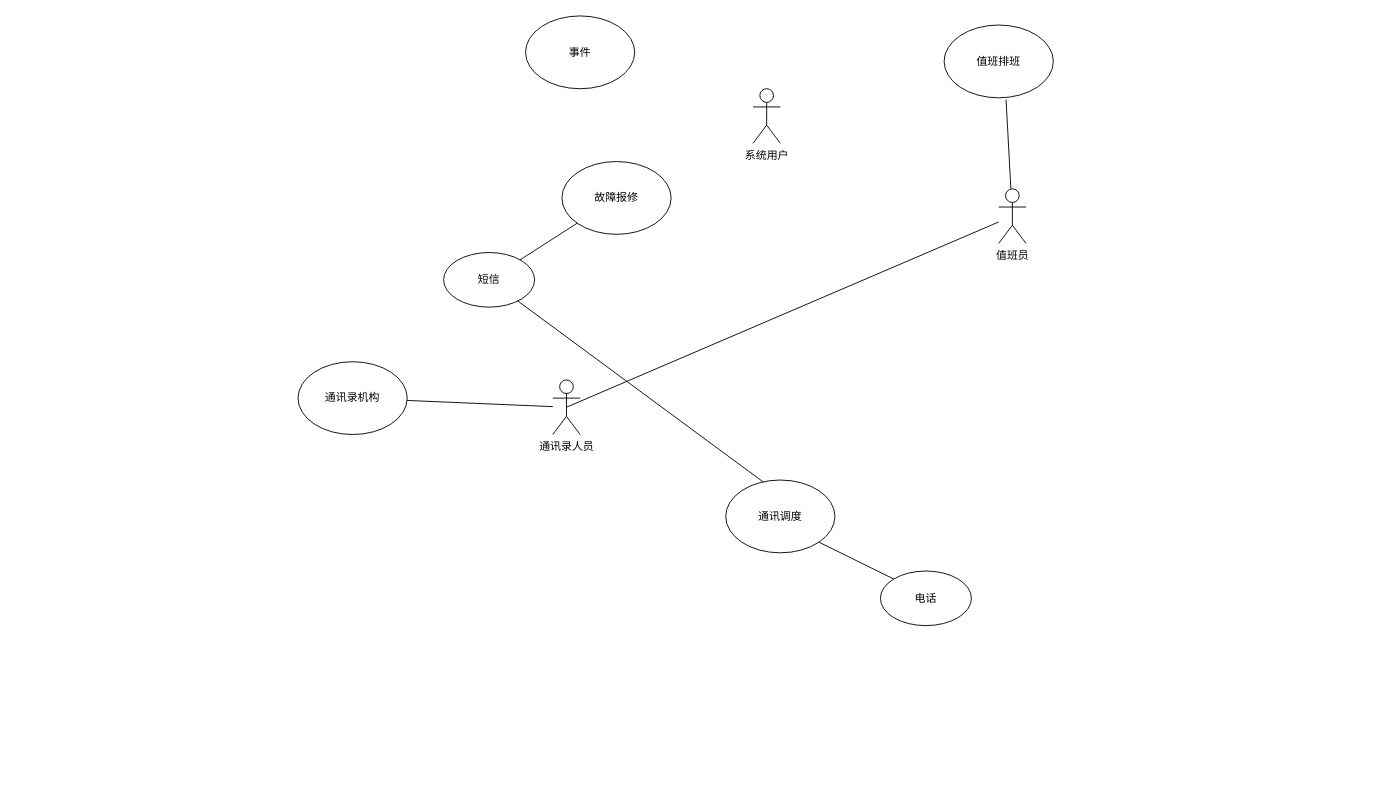
The draw.io diagram page "信息接报数据关联分析" (1 of 3) of 数据关联分析.drawio in hejinxu/docverter, before the edit. Source tidied: cells renumbered, new cells numbered last; positions are measured from the earlier drawing's top-left corner, leaving out a move shared by most shapes. Both pictures are drawn from the tidied source at 91%, with x=0, y=0 at pixel (298, 15).
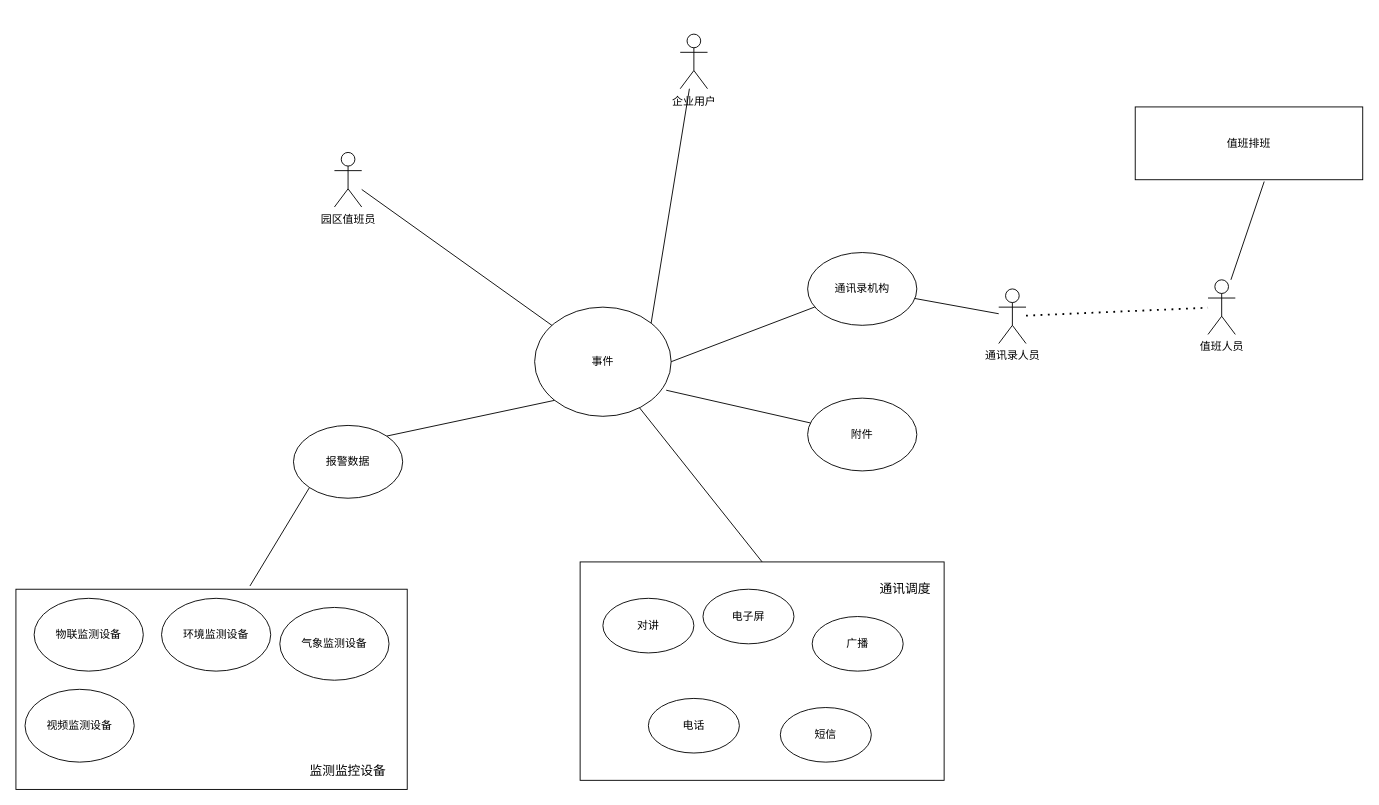
The same diagram, later.

Commit message (it also covers changes not shown here):
Update 数据关联分析.drawio

What changed in the source:
```diff
@@
     <mxCell id="2" value="事件" style="ellipse;whiteSpace=wrap;html=1;" parent="1" vertex="1">
-      <mxGeometry x="250" width="120" height="80" as="geometry" />
+      <mxGeometry x="260" y="320" width="150" height="120" as="geometry" />
     </mxCell>
     <mxCell id="3" value="通讯录机构" style="ellipse;whiteSpace=wrap;html=1;" parent="1" vertex="1">
-      <mxGeometry y="380" width="120" height="80" as="geometry" />
+      <mxGeometry x="560" y="260" width="120" height="80" as="geometry" />
     </mxCell>
@@
-    <mxCell id="5" value="短信" style="ellipse;whiteSpace=wrap;html=1;" parent="1" vertex="1">
-      <mxGeometry x="160" y="260" width="100" height="60" as="geometry" />
-    </mxCell>
-    <mxCell id="6" value="故障报修" style="ellipse;whiteSpace=wrap;html=1;" parent="1" vertex="1">
-      <mxGeometry x="290" y="160" width="120" height="80" as="geometry" />
-    </mxCell>
-    <mxCell id="7" value="通讯调度" style="ellipse;whiteSpace=wrap;html=1;" parent="1" vertex="1">
-      <mxGeometry x="470" y="510" width="120" height="80" as="geometry" />
-    </mxCell>
-    <mxCell id="8" value="电话" style="ellipse;whiteSpace=wrap;html=1;" parent="1" vertex="1">
-      <mxGeometry x="640" y="610" width="100" height="60" as="geometry" />
-    </mxCell>
-    <mxCell id="9" style="endArrow=none;html=1;" parent="1" edge="1" source="5" target="6">
-      <mxGeometry relative="1" as="geometry" />
-    </mxCell>
-    <mxCell id="10" style="endArrow=none;html=1;entryX=0;entryY=0;entryDx=0;entryDy=0;exitX=1;exitY=1;exitDx=0;exitDy=0;" parent="1" edge="1" source="7" target="8">
-      <mxGeometry relative="1" as="geometry" />
-    </mxCell>
-    <mxCell id="11" value="值班排班" style="ellipse;whiteSpace=wrap;html=1;" parent="1" vertex="1">
-      <mxGeometry x="710" y="10" width="120" height="80" as="geometry" />
+    <mxCell id="11" value="值班排班" style="rounded=0;whiteSpace=wrap;html=1;" parent="1" vertex="1">
+      <mxGeometry x="920" y="100" width="250" height="80" as="geometry" />
     </mxCell>
@@
-    <mxCell id="13" value="系统用户" style="shape=umlActor;verticalLabelPosition=bottom;verticalAlign=top;html=1;outlineConnect=0;" parent="1" vertex="1">
-      <mxGeometry x="500" y="80" width="30" height="60" as="geometry" />
+    <mxCell id="13" value="园区值班员" style="shape=umlActor;verticalLabelPosition=bottom;verticalAlign=top;html=1;outlineConnect=0;" parent="1" vertex="1">
+      <mxGeometry x="40" y="150" width="30" height="60" as="geometry" />
     </mxCell>
-    <mxCell id="14" value="值班员" style="shape=umlActor;verticalLabelPosition=bottom;verticalAlign=top;html=1;outlineConnect=0;" parent="1" vertex="1">
-      <mxGeometry x="770" y="190" width="30" height="60" as="geometry" />
+    <mxCell id="14" value="值班人员" style="shape=umlActor;verticalLabelPosition=bottom;verticalAlign=top;html=1;outlineConnect=0;" parent="1" vertex="1">
+      <mxGeometry x="1000" y="290" width="30" height="60" as="geometry" />
     </mxCell>
-    <mxCell id="15" style="endArrow=none;html=1;exitX=0.5;exitY=0.5;exitDx=0;exitDy=0;exitPerimeter=0;" parent="1" edge="1" source="16" target="14">
+    <mxCell id="15" style="endArrow=none;dashed=1;html=1;dashPattern=1 3;strokeWidth=2;fontSize=14;" parent="1" edge="1" source="16" target="14">
       <mxGeometry relative="1" as="geometry" />
     </mxCell>
     <mxCell id="16" value="通讯录人员" style="shape=umlActor;verticalLabelPosition=bottom;verticalAlign=top;html=1;outlineConnect=0;" parent="1" vertex="1">
-      <mxGeometry x="280" y="400" width="30" height="60" as="geometry" />
+      <mxGeometry x="770" y="300" width="30" height="60" as="geometry" />
     </mxCell>
-    <mxCell id="17" style="endArrow=none;html=1;exitX=0.342;exitY=0.025;exitDx=0;exitDy=0;exitPerimeter=0;" parent="1" edge="1" source="7" target="5">
-      <mxGeometry relative="1" as="geometry" />
-    </mxCell>
+    <mxCell id="18" value="企业用户" style="shape=umlActor;verticalLabelPosition=bottom;verticalAlign=top;html=1;outlineConnect=0;" parent="1" vertex="1">
+      <mxGeometry x="420" y="20" width="30" height="60" as="geometry" />
+    </mxCell>
+    <mxCell id="19" style="endArrow=none;html=1;" parent="1" edge="1" source="2" target="13">
+      <mxGeometry relative="1" as="geometry" />
+    </mxCell>
+    <mxCell id="20" style="endArrow=none;html=1;exitX=1;exitY=0;exitDx=0;exitDy=0;" parent="1" edge="1" source="2" target="18">
+      <mxGeometry relative="1" as="geometry" />
+    </mxCell>
+    <mxCell id="21" style="endArrow=none;html=1;exitX=0.5;exitY=0;exitDx=0;exitDy=0;" parent="1" edge="1" source="7" target="2">
+      <mxGeometry relative="1" as="geometry" />
+    </mxCell>
+    <mxCell id="22" style="endArrow=none;html=1;exitX=1;exitY=0.5;exitDx=0;exitDy=0;" parent="1" edge="1" source="2" target="3">
+      <mxGeometry relative="1" as="geometry" />
+    </mxCell>
+    <mxCell id="23" style="group;" parent="1" vertex="1">
+      <mxGeometry x="310" y="600" width="400" height="240" as="geometry" />
+    </mxCell>
+    <mxCell id="7" style="rounded=0;whiteSpace=wrap;html=1;" parent="23" vertex="1">
+      <mxGeometry width="400" height="240" as="geometry" />
+    </mxCell>
+    <mxCell id="8" value="电话" style="ellipse;whiteSpace=wrap;html=1;" parent="23" vertex="1">
+      <mxGeometry x="75" y="150" width="100" height="60" as="geometry" />
+    </mxCell>
+    <mxCell id="24" value="对讲" style="ellipse;whiteSpace=wrap;html=1;" parent="23" vertex="1">
+      <mxGeometry x="25" y="40" width="100" height="60" as="geometry" />
+    </mxCell>
+    <mxCell id="25" value="广播" style="ellipse;whiteSpace=wrap;html=1;" parent="23" vertex="1">
+      <mxGeometry x="255" y="60" width="100" height="60" as="geometry" />
+    </mxCell>
+    <mxCell id="26" value="电子屏" style="ellipse;whiteSpace=wrap;html=1;" parent="23" vertex="1">
+      <mxGeometry x="135" y="30" width="100" height="60" as="geometry" />
+    </mxCell>
+    <mxCell id="5" value="短信" style="ellipse;whiteSpace=wrap;html=1;" parent="23" vertex="1">
+      <mxGeometry x="220" y="160" width="100" height="60" as="geometry" />
+    </mxCell>
+    <mxCell id="27" value="通讯调度" style="text;html=1;strokeColor=none;fillColor=none;align=center;verticalAlign=middle;whiteSpace=wrap;rounded=0;fontSize=14;" parent="23" vertex="1">
+      <mxGeometry x="320" y="20" width="75" height="20" as="geometry" />
+    </mxCell>
+    <mxCell id="28" style="group;" parent="1" vertex="1">
+      <mxGeometry x="-310" y="630" width="430" height="220" as="geometry" />
+    </mxCell>
+    <mxCell id="29" style="rounded=0;whiteSpace=wrap;html=1;" parent="28" vertex="1">
+      <mxGeometry width="430" height="220" as="geometry" />
+    </mxCell>
+    <mxCell id="30" value="物联监测设备" style="ellipse;whiteSpace=wrap;html=1;" parent="28" vertex="1">
+      <mxGeometry x="20" y="10" width="120" height="80" as="geometry" />
+    </mxCell>
+    <mxCell id="31" value="环境监测设备" style="ellipse;whiteSpace=wrap;html=1;" parent="28" vertex="1">
+      <mxGeometry x="160" y="10" width="120" height="80" as="geometry" />
+    </mxCell>
+    <mxCell id="32" value="气象监测设备" style="ellipse;whiteSpace=wrap;html=1;" parent="28" vertex="1">
+      <mxGeometry x="290" y="20" width="120" height="80" as="geometry" />
+    </mxCell>
+    <mxCell id="33" value="视频监测设备" style="ellipse;whiteSpace=wrap;html=1;" parent="28" vertex="1">
+      <mxGeometry x="10" y="110" width="120" height="80" as="geometry" />
+    </mxCell>
+    <mxCell id="34" value="监测监控设备" style="text;html=1;strokeColor=none;fillColor=none;align=center;verticalAlign=middle;whiteSpace=wrap;rounded=0;fontSize=14;" parent="28" vertex="1">
+      <mxGeometry x="320" y="190" width="90" height="20" as="geometry" />
+    </mxCell>
+    <mxCell id="35" value="报警数据" style="ellipse;whiteSpace=wrap;html=1;" parent="1" vertex="1">
+      <mxGeometry x="-5" y="450" width="120" height="80" as="geometry" />
+    </mxCell>
+    <mxCell id="36" style="endArrow=none;html=1;fontSize=14;entryX=0.598;entryY=-0.016;entryDx=0;entryDy=0;entryPerimeter=0;exitX=0;exitY=1;exitDx=0;exitDy=0;" parent="1" edge="1" source="35" target="29">
+      <mxGeometry relative="1" as="geometry" />
+    </mxCell>
+    <mxCell id="37" style="endArrow=none;html=1;fontSize=14;entryX=0;entryY=1;entryDx=0;entryDy=0;exitX=1;exitY=0;exitDx=0;exitDy=0;" parent="1" edge="1" source="35" target="2">
+      <mxGeometry relative="1" as="geometry" />
+    </mxCell>
+    <mxCell id="38" value="附件" style="ellipse;whiteSpace=wrap;html=1;" parent="1" vertex="1">
+      <mxGeometry x="560" y="420" width="120" height="80" as="geometry" />
+    </mxCell>
+    <mxCell id="39" style="endArrow=none;html=1;fontSize=14;exitX=0.964;exitY=0.761;exitDx=0;exitDy=0;exitPerimeter=0;" parent="1" edge="1" source="2" target="38">
+      <mxGeometry relative="1" as="geometry" />
+    </mxCell>
```
